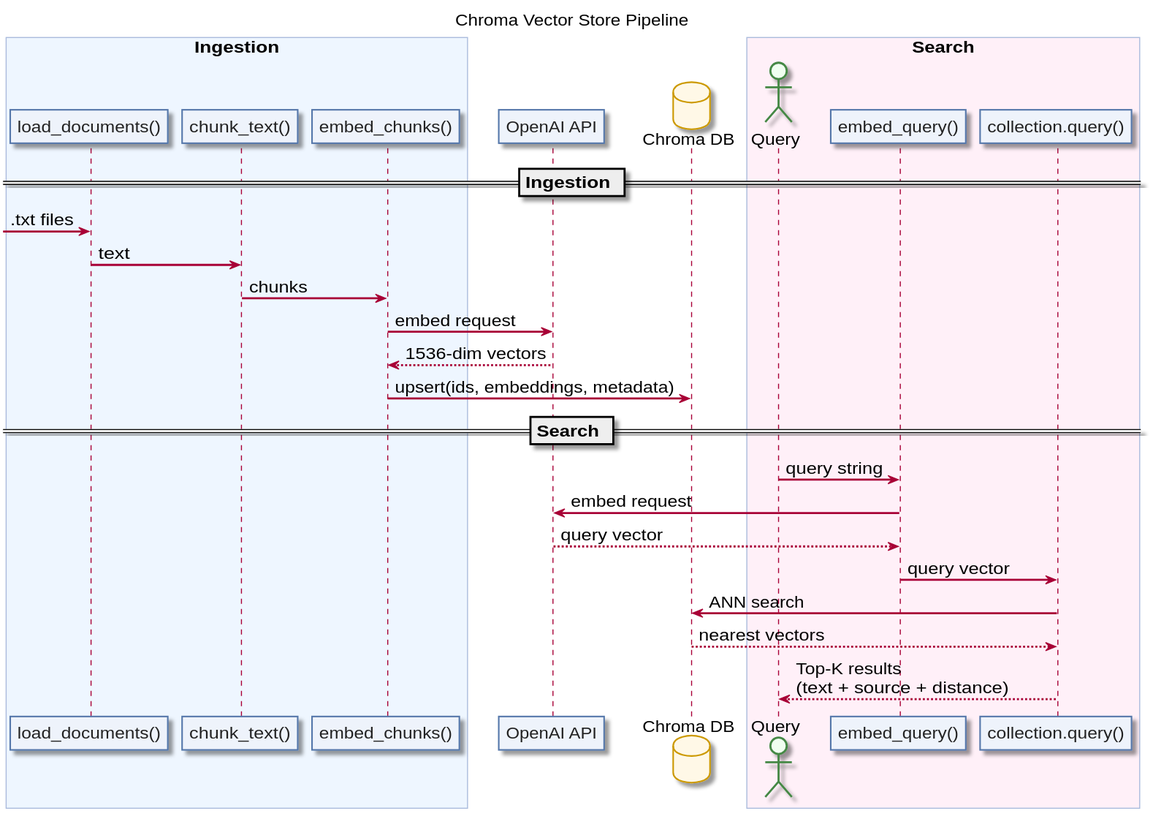
Buffden/semantic-document-search keeps this PlantUML diagram as diagrams/docs/pipeline-vector-store.svg. Above is the earlier version.
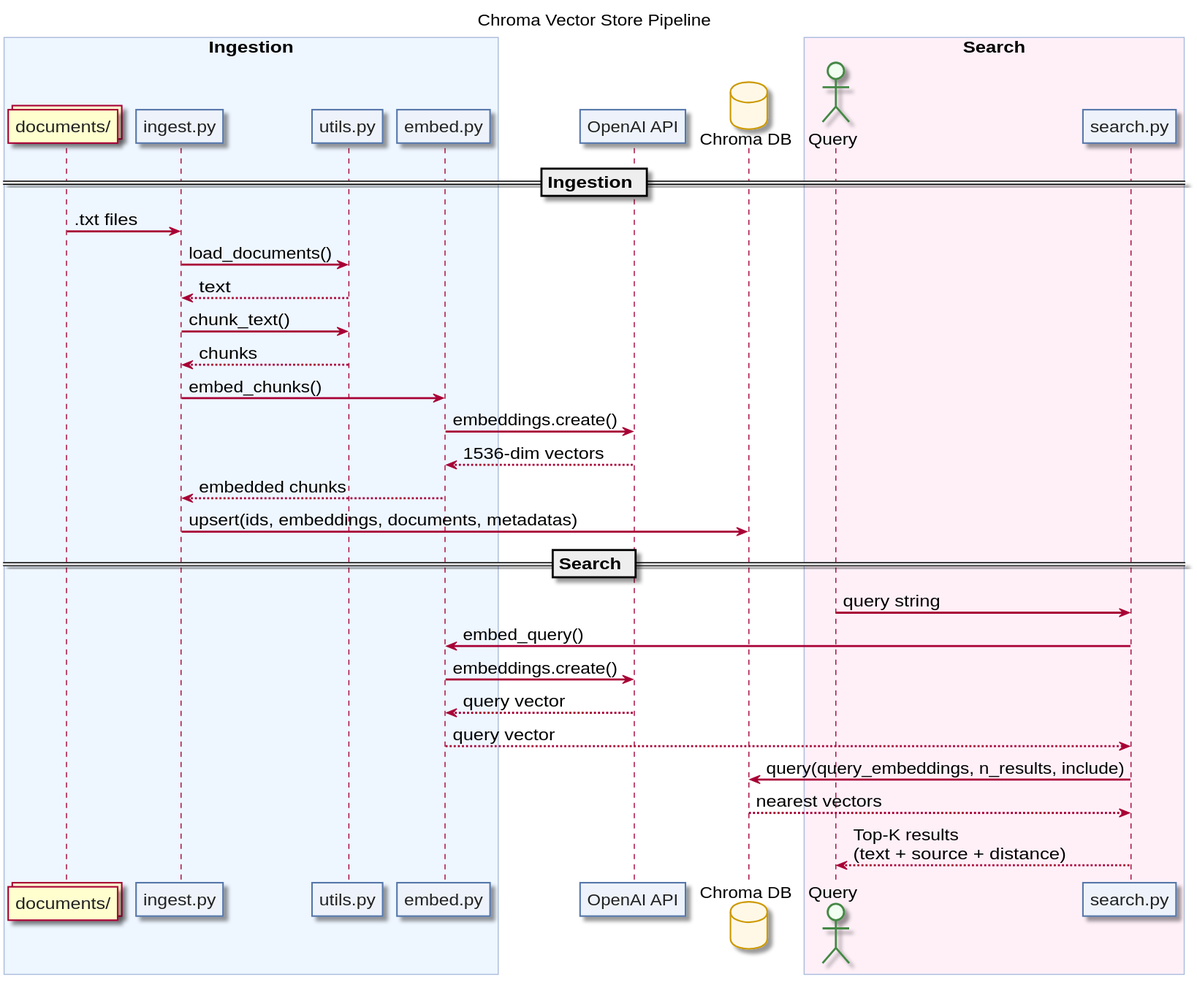
The same file after the commit.

Commit message:
chore: auto-export diagrams [skip ci]

Change to the diagram source:
```diff
@@ -17,9 +17,10 @@
 title Chroma Vector Store Pipeline
 
 box "Ingestion" #EEF6FF
-  participant "load_documents()" as load
-  participant "chunk_text()" as chunk
-  participant "embed_chunks()" as embed
+  collections "documents/" as docs
+  participant "ingest.py" as ingest
+  participant "utils.py" as utils
+  participant "embed.py" as embed
 end box
 
 participant "OpenAI API" as openai
@@ -27,27 +28,31 @@
 
 box "Search" #FFF0F8
   actor "Query" as query
-  participant "embed_query()" as embedq
-  participant "collection.query()" as cquery
+  participant "search.py" as search
 end box
 
 == Ingestion ==
 
-[-> load : .txt files
-load -> chunk : text
-chunk -> embed : chunks
-embed -> openai : embed request
+docs -> ingest : .txt files
+ingest -> utils : load_documents()
+utils --> ingest : text
+ingest -> utils : chunk_text()
+utils --> ingest : chunks
+ingest -> embed : embed_chunks()
+embed -> openai : embeddings.create()
 openai --> embed : 1536-dim vectors
-embed -> chroma : upsert(ids, embeddings, metadata)
+embed --> ingest : embedded chunks
+ingest -> chroma : upsert(ids, embeddings, documents, metadatas)
 
 == Search ==
 
-query -> embedq : query string
-embedq -> openai : embed request
-openai --> embedq : query vector
-embedq -> cquery : query vector
-cquery -> chroma : ANN search
-chroma --> cquery : nearest vectors
-cquery --> query : Top-K results\n(text + source + distance)
+query -> search : query string
+search -> embed : embed_query()
+embed -> openai : embeddings.create()
+openai --> embed : query vector
+embed --> search : query vector
+search -> chroma : query(query_embeddings, n_results, include)
+chroma --> search : nearest vectors
+search --> query : Top-K results\n(text + source + distance)
 
 @enduml
```
